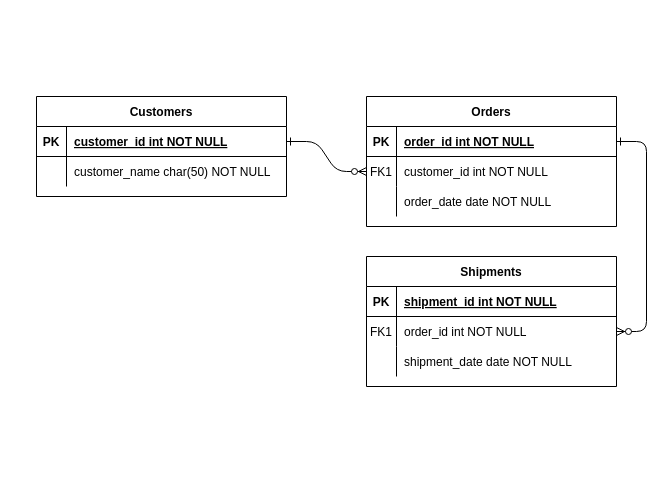
Above: page "Page-1" (1 of 2) of Biểu đồ không có tiêu đề.drawio in P7huan/heart_html (draw.io), before the change. Source tidied: cells renumbered, new cells numbered last; positions are measured from the earlier drawing's top-left corner, leaving out a move shared by most shapes. Both pictures are drawn from the tidied source at 100%, with x=0, y=0 at pixel (36, 96).
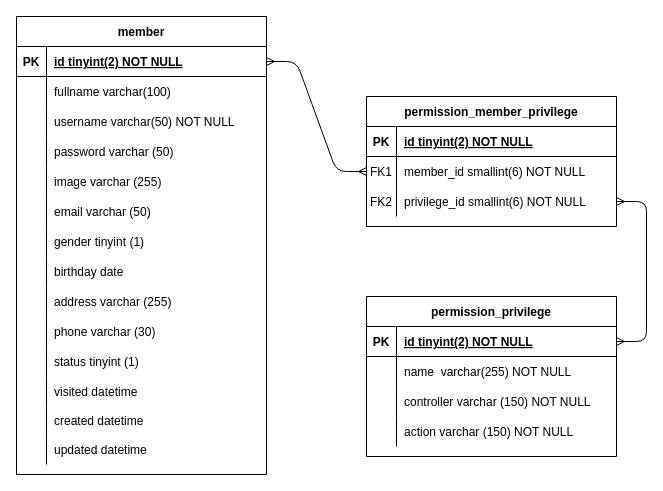
After the change.

Commit message:
Cập nhật Biểu đồ không có tiêu đề.drawio

The change refers to these unchanged cells:
```xml
<mxCell id="5" style="shape=partialRectangle;fillColor=none;points=[[0,0.5],[1,0.5]];portConstraint=eastwest;top=0;left=0;right=0;bottom=1;" parent="4" vertex="1">
  <mxGeometry y="30" width="250" height="30" as="geometry" />
</mxCell>
<mxCell id="8" style="shape=partialRectangle;fillColor=none;points=[[0,0.5],[1,0.5]];portConstraint=eastwest;top=0;left=0;right=0;bottom=0;" parent="4" vertex="1">
  <mxGeometry y="60" width="250" height="30" as="geometry" />
</mxCell>
<mxCell id="11" style="shape=partialRectangle;fillColor=none;points=[[0,0.5],[1,0.5]];portConstraint=eastwest;top=0;left=0;right=0;bottom=0;" parent="4" vertex="1">
  <mxGeometry y="90" width="250" height="30" as="geometry" />
</mxCell>
<mxCell id="15" style="shape=partialRectangle;fillColor=none;points=[[0,0.5],[1,0.5]];portConstraint=eastwest;top=0;left=0;right=0;bottom=1;" parent="14" vertex="1">
  <mxGeometry y="30" width="250" height="30" as="geometry" />
</mxCell>
<mxCell id="18" style="shape=partialRectangle;fillColor=none;points=[[0,0.5],[1,0.5]];portConstraint=eastwest;top=0;left=0;right=0;bottom=0;" parent="14" vertex="1">
  <mxGeometry y="60" width="250" height="30" as="geometry" />
</mxCell>
<mxCell id="25" style="shape=partialRectangle;fillColor=none;points=[[0,0.5],[1,0.5]];portConstraint=eastwest;top=0;left=0;right=0;bottom=1;" parent="24" vertex="1">
  <mxGeometry y="30" width="250" height="30" as="geometry" />
</mxCell>
<mxCell id="28" style="shape=partialRectangle;fillColor=none;top=0;left=0;right=0;bottom=0;" parent="24" vertex="1">
  <mxGeometry y="60" width="250" height="30" as="geometry" />
</mxCell>
```

What changed in the source:
```diff
@@
-    <mxCell id="2" style="edgeStyle=entityRelationEdgeStyle;endArrow=ERzeroToMany;startArrow=ERone;endFill=1;startFill=0;" parent="1" edge="1" source="25" target="8">
+    <mxCell id="2" style="edgeStyle=entityRelationEdgeStyle;endArrow=ERmany;startArrow=ERmany;endFill=0;startFill=0;rounded=1;" parent="1" edge="1" source="25" target="8">
       <mxGeometry relative="1" as="geometry" />
     </mxCell>
-    <mxCell id="3" style="edgeStyle=entityRelationEdgeStyle;endArrow=ERzeroToMany;startArrow=ERone;endFill=1;startFill=0;" parent="1" edge="1" source="5" target="18">
+    <mxCell id="3" style="edgeStyle=entityRelationEdgeStyle;endArrow=ERmany;startArrow=ERmany;endFill=0;startFill=0;entryX=1;entryY=0.5;entryDx=0;entryDy=0;exitX=1;exitY=0.5;exitDx=0;exitDy=0;" parent="1" edge="1" source="11" target="15">
       <mxGeometry relative="1" as="geometry" />
     </mxCell>
-    <mxCell id="4" value="Orders" style="shape=table;startSize=30;childLayout=tableLayout;rowLines=0;fontStyle=1;align=center;" parent="1" vertex="1">
+    <mxCell id="4" value="permission_member_privilege" style="shape=table;startSize=30;childLayout=tableLayout;rowLines=0;fontStyle=1;align=center;" parent="1" vertex="1">
       <mxGeometry x="330" width="250" height="130" as="geometry" />
     </mxCell>
@@
-    <mxCell id="7" value="order_id int NOT NULL " style="shape=partialRectangle;overflow=hidden;fillColor=none;top=0;left=0;bottom=0;right=0;align=left;spacingLeft=6;fontStyle=5;" parent="5" vertex="1">
+    <mxCell id="7" value="id tinyint(2) NOT NULL" style="shape=partialRectangle;overflow=hidden;fillColor=none;top=0;left=0;bottom=0;right=0;align=left;spacingLeft=6;fontStyle=5;" parent="5" vertex="1">
       <mxGeometry x="30" width="220" height="30" as="geometry" />
     </mxCell>
@@
-    <mxCell id="10" value="customer_id int NOT NULL" style="shape=partialRectangle;overflow=hidden;fillColor=none;top=0;left=0;bottom=0;right=0;align=left;spacingLeft=6;" parent="8" vertex="1">
+    <mxCell id="10" value="member_id smallint(6) NOT NULL" style="shape=partialRectangle;overflow=hidden;fillColor=none;top=0;left=0;bottom=0;right=0;align=left;spacingLeft=6;" parent="8" vertex="1">
       <mxGeometry x="30" width="220" height="30" as="geometry" />
     </mxCell>
@@
-    <mxCell id="12" style="shape=partialRectangle;overflow=hidden;fillColor=none;top=0;left=0;bottom=0;right=0;" parent="11" vertex="1">
+    <mxCell id="12" value="FK2" style="shape=partialRectangle;overflow=hidden;fillColor=none;top=0;left=0;bottom=0;right=0;" parent="11" vertex="1">
       <mxGeometry width="30" height="30" as="geometry" />
     </mxCell>
-    <mxCell id="13" value="order_date date NOT NULL" style="shape=partialRectangle;overflow=hidden;fillColor=none;top=0;left=0;bottom=0;right=0;align=left;spacingLeft=6;" parent="11" vertex="1">
+    <mxCell id="13" value="privilege_id smallint(6) NOT NULL" style="shape=partialRectangle;overflow=hidden;fillColor=none;top=0;left=0;bottom=0;right=0;align=left;spacingLeft=6;" parent="11" vertex="1">
       <mxGeometry x="30" width="220" height="30" as="geometry" />
     </mxCell>
-    <mxCell id="14" value="Shipments" style="shape=table;startSize=30;childLayout=tableLayout;rowLines=0;fontStyle=1;align=center;" parent="1" vertex="1">
-      <mxGeometry x="330" y="160" width="250" height="130" as="geometry" />
+    <mxCell id="14" value="permission_privilege" style="shape=table;startSize=30;childLayout=tableLayout;rowLines=0;fontStyle=1;align=center;" parent="1" vertex="1">
+      <mxGeometry x="330" y="200" width="250" height="160" as="geometry" />
     </mxCell>
@@
-    <mxCell id="17" value="shipment_id int NOT NULL " style="shape=partialRectangle;overflow=hidden;fillColor=none;top=0;left=0;bottom=0;right=0;align=left;spacingLeft=6;fontStyle=5;" parent="15" vertex="1">
+    <mxCell id="17" value="id tinyint(2) NOT NULL" style="shape=partialRectangle;overflow=hidden;fillColor=none;top=0;left=0;bottom=0;right=0;align=left;spacingLeft=6;fontStyle=5;" parent="15" vertex="1">
       <mxGeometry x="30" width="220" height="30" as="geometry" />
     </mxCell>
@@
-    <mxCell id="19" value="FK1" style="shape=partialRectangle;overflow=hidden;fillColor=none;top=0;left=0;bottom=0;right=0;" parent="18" vertex="1">
+    <mxCell id="19" style="shape=partialRectangle;overflow=hidden;fillColor=none;top=0;left=0;bottom=0;right=0;" parent="18" vertex="1">
       <mxGeometry width="30" height="30" as="geometry" />
     </mxCell>
-    <mxCell id="20" value="order_id int NOT NULL" style="shape=partialRectangle;overflow=hidden;fillColor=none;top=0;left=0;bottom=0;right=0;align=left;spacingLeft=6;" parent="18" vertex="1">
+    <mxCell id="20" value="name  varchar(255) NOT NULL" style="shape=partialRectangle;overflow=hidden;fillColor=none;top=0;left=0;bottom=0;right=0;align=left;spacingLeft=6;" parent="18" vertex="1">
       <mxGeometry x="30" width="220" height="30" as="geometry" />
     </mxCell>
-    <mxCell id="21" style="shape=partialRectangle;fillColor=none;top=0;left=0;right=0;bottom=0;" parent="14" vertex="1">
-      <mxGeometry y="90" width="250" height="30" as="geometry" />
-    </mxCell>
-    <mxCell id="22" style="shape=partialRectangle;overflow=hidden;fillColor=none;top=0;left=0;bottom=0;right=0;" parent="21" vertex="1">
-      <mxGeometry width="30" height="30" as="geometry" />
-    </mxCell>
-    <mxCell id="23" value="shipment_date date NOT NULL" style="shape=partialRectangle;overflow=hidden;fillColor=none;top=0;left=0;bottom=0;right=0;align=left;spacingLeft=6;" parent="21" vertex="1">
-      <mxGeometry x="30" width="220" height="30" as="geometry" />
-    </mxCell>
+    <mxCell id="31" style="shape=partialRectangle;fillColor=none;top=0;left=0;right=0;bottom=0;" parent="14" vertex="1">
+      <mxGeometry y="90" width="250" height="30" as="geometry" />
+    </mxCell>
+    <mxCell id="32" style="shape=partialRectangle;overflow=hidden;fillColor=none;top=0;left=0;bottom=0;right=0;" parent="31" vertex="1">
+      <mxGeometry width="30" height="30" as="geometry" />
+    </mxCell>
+    <mxCell id="33" value="controller varchar (150) NOT NULL" style="shape=partialRectangle;overflow=hidden;fillColor=none;top=0;left=0;bottom=0;right=0;align=left;spacingLeft=6;" parent="31" vertex="1">
+      <mxGeometry x="30" width="220" height="30" as="geometry" />
+    </mxCell>
+    <mxCell id="34" style="shape=partialRectangle;fillColor=none;top=0;left=0;right=0;bottom=0;" parent="14" vertex="1">
+      <mxGeometry y="120" width="250" height="30" as="geometry" />
+    </mxCell>
+    <mxCell id="35" style="shape=partialRectangle;overflow=hidden;fillColor=none;top=0;left=0;bottom=0;right=0;" parent="34" vertex="1">
+      <mxGeometry width="30" height="30" as="geometry" />
+    </mxCell>
+    <mxCell id="36" value="action varchar (150) NOT NULL" style="shape=partialRectangle;overflow=hidden;fillColor=none;top=0;left=0;bottom=0;right=0;align=left;spacingLeft=6;" parent="34" vertex="1">
+      <mxGeometry x="30" width="220" height="30" as="geometry" />
+    </mxCell>
-    <mxCell id="24" value="Customers" style="shape=table;startSize=30;childLayout=tableLayout;rowLines=0;fontStyle=1;align=center;" parent="1" vertex="1">
-      <mxGeometry width="250" height="100" as="geometry" />
+    <mxCell id="24" value="member" style="shape=table;startSize=30;childLayout=tableLayout;rowLines=0;fontStyle=1;align=center;" parent="1" vertex="1">
+      <mxGeometry x="-20" y="-80" width="250" height="458" as="geometry" />
     </mxCell>
@@
-    <mxCell id="27" value="customer_id int NOT NULL " style="shape=partialRectangle;overflow=hidden;fillColor=none;top=0;left=0;bottom=0;right=0;align=left;spacingLeft=6;fontStyle=5;" parent="25" vertex="1">
+    <mxCell id="27" value="id tinyint(2) NOT NULL" style="shape=partialRectangle;overflow=hidden;fillColor=none;top=0;left=0;bottom=0;right=0;align=left;spacingLeft=6;fontStyle=5;" parent="25" vertex="1">
       <mxGeometry x="30" width="220" height="30" as="geometry" />
     </mxCell>
@@
-    <mxCell id="30" value="customer_name char(50) NOT NULL" style="shape=partialRectangle;overflow=hidden;fillColor=none;top=0;left=0;bottom=0;right=0;align=left;spacingLeft=6;" parent="28" vertex="1">
+    <mxCell id="30" value="fullname varchar(100)" style="shape=partialRectangle;overflow=hidden;fillColor=none;top=0;left=0;bottom=0;right=0;align=left;spacingLeft=6;" parent="28" vertex="1">
       <mxGeometry x="30" width="220" height="30" as="geometry" />
     </mxCell>
+    <mxCell id="37" style="shape=partialRectangle;fillColor=none;top=0;left=0;right=0;bottom=0;" parent="24" vertex="1">
+      <mxGeometry y="90" width="250" height="30" as="geometry" />
+    </mxCell>
+    <mxCell id="38" style="shape=partialRectangle;overflow=hidden;fillColor=none;top=0;left=0;bottom=0;right=0;" parent="37" vertex="1">
+      <mxGeometry width="30" height="30" as="geometry" />
+    </mxCell>
+    <mxCell id="39" value="username varchar(50) NOT NULL" style="shape=partialRectangle;overflow=hidden;fillColor=none;top=0;left=0;bottom=0;right=0;align=left;spacingLeft=6;" parent="37" vertex="1">
+      <mxGeometry x="30" width="220" height="30" as="geometry" />
+    </mxCell>
+    <mxCell id="40" style="shape=partialRectangle;fillColor=none;top=0;left=0;right=0;bottom=0;" parent="24" vertex="1">
+      <mxGeometry y="120" width="250" height="30" as="geometry" />
+    </mxCell>
+    <mxCell id="41" style="shape=partialRectangle;overflow=hidden;fillColor=none;top=0;left=0;bottom=0;right=0;" parent="40" vertex="1">
+      <mxGeometry width="30" height="30" as="geometry" />
+    </mxCell>
+    <mxCell id="42" value="password varchar (50)" style="shape=partialRectangle;overflow=hidden;fillColor=none;top=0;left=0;bottom=0;right=0;align=left;spacingLeft=6;" parent="40" vertex="1">
+      <mxGeometry x="30" width="220" height="30" as="geometry" />
+    </mxCell>
+    <mxCell id="43" style="shape=partialRectangle;fillColor=none;top=0;left=0;right=0;bottom=0;" parent="24" vertex="1">
+      <mxGeometry y="150" width="250" height="30" as="geometry" />
+    </mxCell>
+    <mxCell id="44" style="shape=partialRectangle;overflow=hidden;fillColor=none;top=0;left=0;bottom=0;right=0;" parent="43" vertex="1">
+      <mxGeometry width="30" height="30" as="geometry" />
+    </mxCell>
+    <mxCell id="45" value="image varchar (255)" style="shape=partialRectangle;overflow=hidden;fillColor=none;top=0;left=0;bottom=0;right=0;align=left;spacingLeft=6;" parent="43" vertex="1">
+      <mxGeometry x="30" width="220" height="30" as="geometry" />
+    </mxCell>
+    <mxCell id="46" style="shape=partialRectangle;fillColor=none;top=0;left=0;right=0;bottom=0;" parent="24" vertex="1">
+      <mxGeometry y="180" width="250" height="30" as="geometry" />
+    </mxCell>
+    <mxCell id="47" style="shape=partialRectangle;overflow=hidden;fillColor=none;top=0;left=0;bottom=0;right=0;" parent="46" vertex="1">
+      <mxGeometry width="30" height="30" as="geometry" />
+    </mxCell>
+    <mxCell id="48" value="email varchar (50)" style="shape=partialRectangle;overflow=hidden;fillColor=none;top=0;left=0;bottom=0;right=0;align=left;spacingLeft=6;" parent="46" vertex="1">
+      <mxGeometry x="30" width="220" height="30" as="geometry" />
+    </mxCell>
+    <mxCell id="49" style="shape=partialRectangle;fillColor=none;top=0;left=0;right=0;bottom=0;" parent="24" vertex="1">
+      <mxGeometry y="210" width="250" height="30" as="geometry" />
+    </mxCell>
+    <mxCell id="50" style="shape=partialRectangle;overflow=hidden;fillColor=none;top=0;left=0;bottom=0;right=0;" parent="49" vertex="1">
+      <mxGeometry width="30" height="30" as="geometry" />
+    </mxCell>
+    <mxCell id="51" value="gender tinyint (1)" style="shape=partialRectangle;overflow=hidden;fillColor=none;top=0;left=0;bottom=0;right=0;align=left;spacingLeft=6;" parent="49" vertex="1">
+      <mxGeometry x="30" width="220" height="30" as="geometry" />
+    </mxCell>
+    <mxCell id="52" style="shape=partialRectangle;fillColor=none;top=0;left=0;right=0;bottom=0;" parent="24" vertex="1">
+      <mxGeometry y="240" width="250" height="30" as="geometry" />
+    </mxCell>
+    <mxCell id="53" style="shape=partialRectangle;overflow=hidden;fillColor=none;top=0;left=0;bottom=0;right=0;" parent="52" vertex="1">
+      <mxGeometry width="30" height="30" as="geometry" />
+    </mxCell>
+    <mxCell id="54" value="birthday date" style="shape=partialRectangle;overflow=hidden;fillColor=none;top=0;left=0;bottom=0;right=0;align=left;spacingLeft=6;" parent="52" vertex="1">
+      <mxGeometry x="30" width="220" height="30" as="geometry" />
+    </mxCell>
+    <mxCell id="55" style="shape=partialRectangle;fillColor=none;top=0;left=0;right=0;bottom=0;" parent="24" vertex="1">
+      <mxGeometry y="270" width="250" height="30" as="geometry" />
+    </mxCell>
+    <mxCell id="56" style="shape=partialRectangle;overflow=hidden;fillColor=none;top=0;left=0;bottom=0;right=0;" parent="55" vertex="1">
+      <mxGeometry width="30" height="30" as="geometry" />
+    </mxCell>
+    <mxCell id="57" value="address varchar (255)" style="shape=partialRectangle;overflow=hidden;fillColor=none;top=0;left=0;bottom=0;right=0;align=left;spacingLeft=6;" parent="55" vertex="1">
+      <mxGeometry x="30" width="220" height="30" as="geometry" />
+    </mxCell>
+    <mxCell id="58" style="shape=partialRectangle;fillColor=none;top=0;left=0;right=0;bottom=0;" parent="24" vertex="1">
+      <mxGeometry y="300" width="250" height="30" as="geometry" />
+    </mxCell>
+    <mxCell id="59" style="shape=partialRectangle;overflow=hidden;fillColor=none;top=0;left=0;bottom=0;right=0;" parent="58" vertex="1">
+      <mxGeometry width="30" height="30" as="geometry" />
+    </mxCell>
+    <mxCell id="60" value="phone varchar (30)" style="shape=partialRectangle;overflow=hidden;fillColor=none;top=0;left=0;bottom=0;right=0;align=left;spacingLeft=6;" parent="58" vertex="1">
+      <mxGeometry x="30" width="220" height="30" as="geometry" />
+    </mxCell>
+    <mxCell id="61" style="shape=partialRectangle;fillColor=none;top=0;left=0;right=0;bottom=0;" parent="24" vertex="1">
+      <mxGeometry y="330" width="250" height="30" as="geometry" />
+    </mxCell>
+    <mxCell id="62" style="shape=partialRectangle;overflow=hidden;fillColor=none;top=0;left=0;bottom=0;right=0;" parent="61" vertex="1">
+      <mxGeometry width="30" height="30" as="geometry" />
+    </mxCell>
+    <mxCell id="63" value="status tinyint (1)" style="shape=partialRectangle;overflow=hidden;fillColor=none;top=0;left=0;bottom=0;right=0;align=left;spacingLeft=6;" parent="61" vertex="1">
+      <mxGeometry x="30" width="220" height="30" as="geometry" />
+    </mxCell>
+    <mxCell id="64" style="shape=partialRectangle;fillColor=none;top=0;left=0;right=0;bottom=0;" parent="24" vertex="1">
+      <mxGeometry y="360" width="250" height="30" as="geometry" />
+    </mxCell>
+    <mxCell id="65" style="shape=partialRectangle;overflow=hidden;fillColor=none;top=0;left=0;bottom=0;right=0;" parent="64" vertex="1">
+      <mxGeometry width="30" height="30" as="geometry" />
+    </mxCell>
+    <mxCell id="66" value="visited datetime" style="shape=partialRectangle;overflow=hidden;fillColor=none;top=0;left=0;bottom=0;right=0;align=left;spacingLeft=6;" parent="64" vertex="1">
+      <mxGeometry x="30" width="220" height="30" as="geometry" />
+    </mxCell>
+    <mxCell id="67" style="shape=partialRectangle;fillColor=none;top=0;left=0;right=0;bottom=0;" parent="24" vertex="1">
+      <mxGeometry y="390" width="250" height="28" as="geometry" />
+    </mxCell>
+    <mxCell id="68" style="shape=partialRectangle;overflow=hidden;fillColor=none;top=0;left=0;bottom=0;right=0;" parent="67" vertex="1">
+      <mxGeometry width="30" height="28" as="geometry" />
+    </mxCell>
+    <mxCell id="69" value="created datetime" style="shape=partialRectangle;overflow=hidden;fillColor=none;top=0;left=0;bottom=0;right=0;align=left;spacingLeft=6;" parent="67" vertex="1">
+      <mxGeometry x="30" width="220" height="28" as="geometry" />
+    </mxCell>
+    <mxCell id="70" style="shape=partialRectangle;fillColor=none;top=0;left=0;right=0;bottom=0;" parent="24" vertex="1">
+      <mxGeometry y="418" width="250" height="30" as="geometry" />
+    </mxCell>
+    <mxCell id="71" style="shape=partialRectangle;overflow=hidden;fillColor=none;top=0;left=0;bottom=0;right=0;" parent="70" vertex="1">
+      <mxGeometry width="30" height="30" as="geometry" />
+    </mxCell>
+    <mxCell id="72" value="updated datetime" style="shape=partialRectangle;overflow=hidden;fillColor=none;top=0;left=0;bottom=0;right=0;align=left;spacingLeft=6;" parent="70" vertex="1">
+      <mxGeometry x="30" width="220" height="30" as="geometry" />
+    </mxCell>
```
